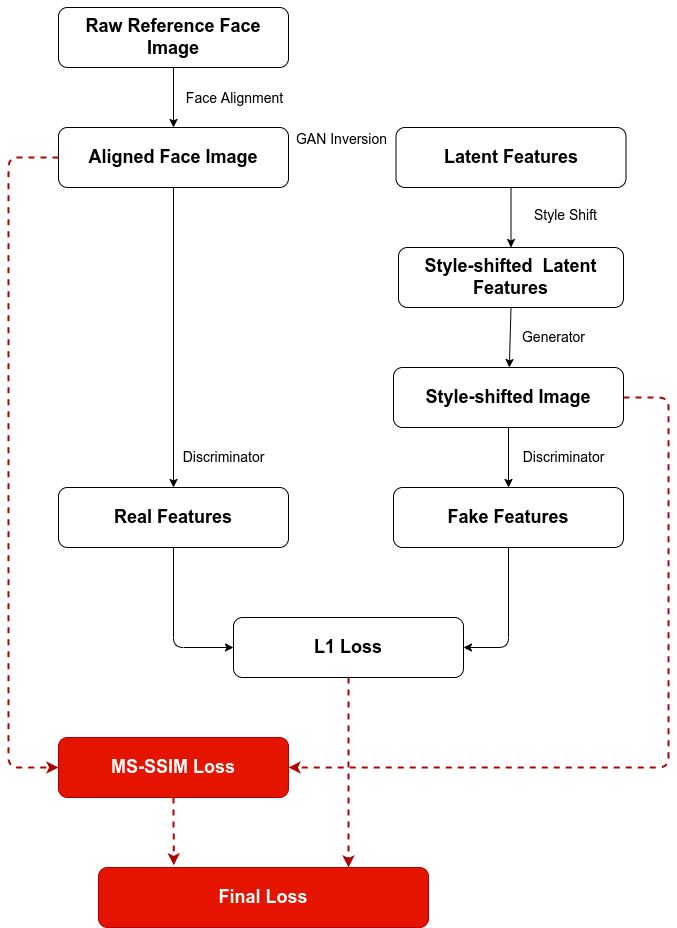
hotTeaFun/DSA5204_JOJOGAN-master keeps this draw.io diagram as optimized_JoJoGan_arch.png. Above is the earlier version. Source tidied: cells renumbered, new cells last; positions are measured from the earlier drawing's top-left corner, leaving out a move shared by most shapes. Source of this version:
```xml
<mxGraphModel>
  <root>
    <mxCell id="0" />
    <mxCell id="1" parent="0" />
    <mxCell id="2" value="&lt;h2&gt;Raw Reference Face Image&lt;/h2&gt;" style="rounded=1;whiteSpace=wrap;html=1;" parent="1" vertex="1">
      <mxGeometry x="50" width="230" height="60" as="geometry" />
    </mxCell>
    <mxCell id="3" style="edgeStyle=none;html=1;exitX=1;exitY=0.5;exitDx=0;exitDy=0;entryX=0;entryY=0.5;entryDx=0;entryDy=0;fontColor=#FFFF33;strokeColor=#FFFFFF;strokeWidth=1;" parent="1" edge="1" source="4" target="8">
      <mxGeometry relative="1" as="geometry" />
    </mxCell>
    <mxCell id="4" value="&lt;h2&gt;Aligned Face Image&lt;/h2&gt;" style="rounded=1;whiteSpace=wrap;html=1;" parent="1" vertex="1">
      <mxGeometry x="50" y="120" width="230" height="60" as="geometry" />
    </mxCell>
    <mxCell id="5" style="endArrow=classic;html=1;exitX=0.5;exitY=1;exitDx=0;exitDy=0;entryX=0.5;entryY=0;entryDx=0;entryDy=0;" parent="1" edge="1" source="2" target="4">
      <mxGeometry relative="1" as="geometry" />
    </mxCell>
    <mxCell id="6" value="Face Alignment" style="edgeLabel;html=1;align=center;verticalAlign=middle;fontSize=14;" parent="5" vertex="1">
      <mxGeometry x="-0.43" y="-2" relative="1" as="geometry">
        <mxPoint x="62" y="13" as="offset" />
      </mxGeometry>
    </mxCell>
    <mxCell id="7" style="edgeStyle=none;html=1;exitX=0.5;exitY=1;exitDx=0;exitDy=0;entryX=0.5;entryY=0;entryDx=0;entryDy=0;" parent="1" edge="1" source="8" target="14">
      <mxGeometry relative="1" as="geometry" />
    </mxCell>
    <mxCell id="8" value="&lt;h2&gt;Latent Features&lt;/h2&gt;" style="rounded=1;whiteSpace=wrap;html=1;" parent="1" vertex="1">
      <mxGeometry x="387.5" y="120" width="230" height="60" as="geometry" />
    </mxCell>
    <mxCell id="9" style="edgeStyle=none;html=1;exitX=0.5;exitY=1;exitDx=0;exitDy=0;entryX=0.5;entryY=0;entryDx=0;entryDy=0;fontSize=14;" parent="1" edge="1" source="4" target="12">
      <mxGeometry relative="1" as="geometry" />
    </mxCell>
    <mxCell id="10" style="edgeStyle=none;html=1;exitX=0;exitY=0.5;exitDx=0;exitDy=0;entryX=0;entryY=0.5;entryDx=0;entryDy=0;fillColor=#e51400;strokeColor=#B20000;strokeWidth=2;dashed=1;" parent="1" edge="1" source="4" target="27">
      <mxGeometry relative="1" as="geometry">
        <Array as="points">
          <mxPoint y="150" />
          <mxPoint y="760" />
        </Array>
      </mxGeometry>
    </mxCell>
    <mxCell id="11" style="edgeStyle=none;html=1;exitX=0.5;exitY=1;exitDx=0;exitDy=0;entryX=0;entryY=0.5;entryDx=0;entryDy=0;fontSize=14;" parent="1" edge="1" source="12" target="25">
      <mxGeometry relative="1" as="geometry">
        <Array as="points">
          <mxPoint x="165" y="640" />
        </Array>
      </mxGeometry>
    </mxCell>
    <mxCell id="12" value="&lt;h2&gt;Real Features&lt;/h2&gt;" style="rounded=1;whiteSpace=wrap;html=1;" parent="1" vertex="1">
      <mxGeometry x="50" y="480" width="230" height="60" as="geometry" />
    </mxCell>
    <mxCell id="13" style="edgeStyle=none;html=1;exitX=0.5;exitY=1;exitDx=0;exitDy=0;" parent="1" edge="1" source="14" target="18">
      <mxGeometry relative="1" as="geometry" />
    </mxCell>
    <mxCell id="14" value="&lt;h2&gt;Style-shifted&amp;nbsp; Latent Features&lt;/h2&gt;" style="rounded=1;whiteSpace=wrap;html=1;" parent="1" vertex="1">
      <mxGeometry x="390" y="240" width="225" height="60" as="geometry" />
    </mxCell>
    <mxCell id="15" value="Style Shift" style="edgeLabel;html=1;align=center;verticalAlign=middle;fontSize=14;" parent="1" vertex="1">
      <mxGeometry x="570" y="210" as="geometry">
        <mxPoint x="-14" y="-3" as="offset" />
      </mxGeometry>
    </mxCell>
    <mxCell id="16" style="edgeStyle=none;html=1;exitX=0.5;exitY=1;exitDx=0;exitDy=0;entryX=0.5;entryY=0;entryDx=0;entryDy=0;fontSize=14;" parent="1" edge="1" source="18" target="22">
      <mxGeometry relative="1" as="geometry" />
    </mxCell>
    <mxCell id="17" style="edgeStyle=none;html=1;exitX=1;exitY=0.5;exitDx=0;exitDy=0;entryX=1;entryY=0.5;entryDx=0;entryDy=0;dashed=1;fillColor=#e51400;strokeColor=#B20000;strokeWidth=2;" parent="1" edge="1" source="18" target="27">
      <mxGeometry relative="1" as="geometry">
        <Array as="points">
          <mxPoint x="660" y="390" />
          <mxPoint x="660" y="760" />
        </Array>
      </mxGeometry>
    </mxCell>
    <mxCell id="18" value="&lt;h2&gt;Style-shifted Image&lt;/h2&gt;" style="rounded=1;whiteSpace=wrap;html=1;" parent="1" vertex="1">
      <mxGeometry x="385" y="360" width="230" height="60" as="geometry" />
    </mxCell>
    <mxCell id="19" value="&lt;font style=&quot;font-size: 14px&quot;&gt;Generator&lt;/font&gt;" style="edgeLabel;html=1;align=center;verticalAlign=middle;" parent="1" vertex="1">
      <mxGeometry x="560" y="330" as="geometry">
        <mxPoint x="-16" y="-1" as="offset" />
      </mxGeometry>
    </mxCell>
    <mxCell id="20" value="&lt;span style=&quot;font-size: 14px&quot;&gt;Discriminator&lt;/span&gt;" style="edgeLabel;html=1;align=center;verticalAlign=middle;" parent="1" vertex="1">
      <mxGeometry x="230" y="450" as="geometry">
        <mxPoint x="-16" y="-1" as="offset" />
      </mxGeometry>
    </mxCell>
    <mxCell id="21" style="edgeStyle=none;html=1;exitX=0.5;exitY=1;exitDx=0;exitDy=0;entryX=1;entryY=0.5;entryDx=0;entryDy=0;fontSize=14;" parent="1" edge="1" source="22" target="25">
      <mxGeometry relative="1" as="geometry">
        <Array as="points">
          <mxPoint x="500" y="640" />
        </Array>
      </mxGeometry>
    </mxCell>
    <mxCell id="22" value="&lt;h2&gt;Fake Features&lt;/h2&gt;" style="rounded=1;whiteSpace=wrap;html=1;" parent="1" vertex="1">
      <mxGeometry x="385" y="480" width="230" height="60" as="geometry" />
    </mxCell>
    <mxCell id="23" value="&lt;span style=&quot;font-size: 14px&quot;&gt;Discriminator&lt;/span&gt;" style="edgeLabel;html=1;align=center;verticalAlign=middle;" parent="1" vertex="1">
      <mxGeometry x="570" y="450" as="geometry">
        <mxPoint x="-16" y="-1" as="offset" />
      </mxGeometry>
    </mxCell>
    <mxCell id="24" style="edgeStyle=none;html=1;exitX=0.5;exitY=1;exitDx=0;exitDy=0;fillColor=#e51400;strokeColor=#B20000;strokeWidth=2;dashed=1;" parent="1" edge="1" source="25">
      <mxGeometry relative="1" as="geometry">
        <mxPoint x="340" y="860" as="targetPoint" />
      </mxGeometry>
    </mxCell>
    <mxCell id="25" value="&lt;h2&gt;L1 Loss&lt;/h2&gt;" style="rounded=1;whiteSpace=wrap;html=1;" parent="1" vertex="1">
      <mxGeometry x="225" y="610" width="230" height="60" as="geometry" />
    </mxCell>
    <mxCell id="26" style="edgeStyle=none;html=1;exitX=0.5;exitY=1;exitDx=0;exitDy=0;entryX=0.228;entryY=-0.037;entryDx=0;entryDy=0;entryPerimeter=0;strokeWidth=2;strokeColor=#B20000;dashed=1;fillColor=#e51400;" parent="1" edge="1" source="27" target="28">
      <mxGeometry relative="1" as="geometry" />
    </mxCell>
    <mxCell id="27" value="&lt;h2&gt;&lt;font color=&quot;#ffffff&quot;&gt;MS-SSIM Loss&lt;/font&gt;&lt;/h2&gt;" style="rounded=1;whiteSpace=wrap;html=1;fillColor=#e51400;fontColor=#ffffff;strokeColor=#B20000;" parent="1" vertex="1">
      <mxGeometry x="50" y="730" width="230" height="60" as="geometry" />
    </mxCell>
    <mxCell id="28" value="&lt;h2&gt;&lt;font color=&quot;#ffffff&quot;&gt;Final Loss&lt;/font&gt;&lt;/h2&gt;" style="rounded=1;whiteSpace=wrap;html=1;fillColor=#e51400;fontColor=#ffffff;strokeColor=#B20000;" parent="1" vertex="1">
      <mxGeometry x="90" y="860" width="330" height="60" as="geometry" />
    </mxCell>
    <mxCell id="29" value="GAN Inversion" style="edgeLabel;html=1;align=center;verticalAlign=middle;fontSize=14;" parent="1" vertex="1">
      <mxGeometry x="330" y="130" as="geometry">
        <mxPoint x="2" y="1" as="offset" />
      </mxGeometry>
    </mxCell>
  </root>
</mxGraphModel>
```
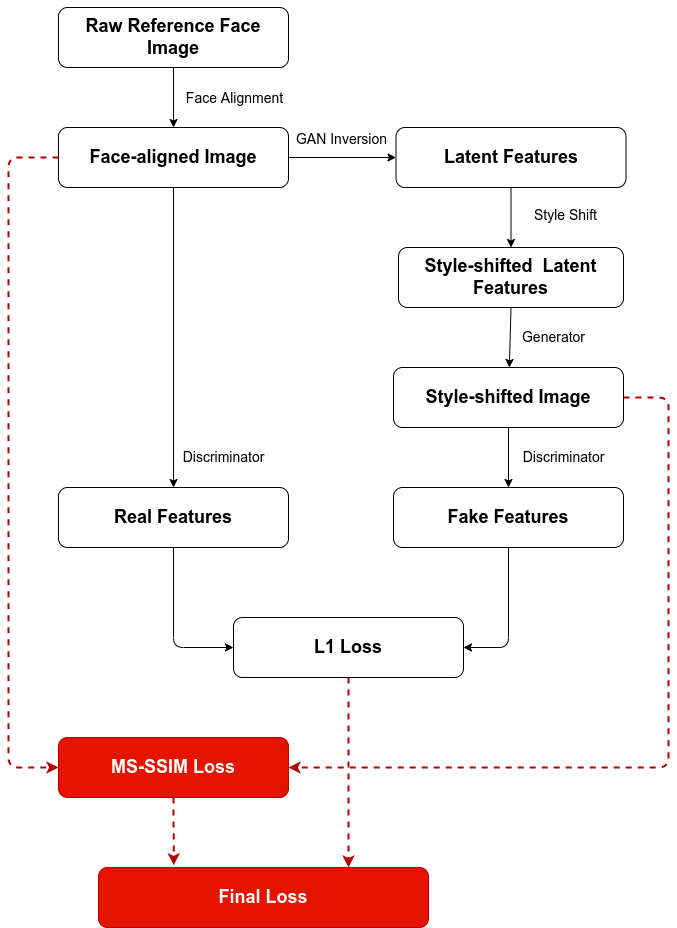
The same file after the commit.

The edit, as a diff of the source:
```diff
@@ -5,10 +5,10 @@
     <mxCell id="2" value="&lt;h2&gt;Raw Reference Face Image&lt;/h2&gt;" style="rounded=1;whiteSpace=wrap;html=1;" parent="1" vertex="1">
       <mxGeometry x="50" width="230" height="60" as="geometry" />
     </mxCell>
-    <mxCell id="3" style="edgeStyle=none;html=1;exitX=1;exitY=0.5;exitDx=0;exitDy=0;entryX=0;entryY=0.5;entryDx=0;entryDy=0;fontColor=#FFFF33;strokeColor=#FFFFFF;strokeWidth=1;" parent="1" edge="1" source="4" target="8">
+    <mxCell id="3" style="edgeStyle=none;html=1;exitX=1;exitY=0.5;exitDx=0;exitDy=0;entryX=0;entryY=0.5;entryDx=0;entryDy=0;" parent="1" edge="1" source="4" target="8">
       <mxGeometry relative="1" as="geometry" />
     </mxCell>
-    <mxCell id="4" value="&lt;h2&gt;Aligned Face Image&lt;/h2&gt;" style="rounded=1;whiteSpace=wrap;html=1;" parent="1" vertex="1">
+    <mxCell id="4" value="&lt;h2&gt;Face-aligned Image&lt;/h2&gt;" style="rounded=1;whiteSpace=wrap;html=1;" parent="1" vertex="1">
       <mxGeometry x="50" y="120" width="230" height="60" as="geometry" />
     </mxCell>
     <mxCell id="5" style="endArrow=classic;html=1;exitX=0.5;exitY=1;exitDx=0;exitDy=0;entryX=0.5;entryY=0;entryDx=0;entryDy=0;" parent="1" edge="1" source="2" target="4">
```
